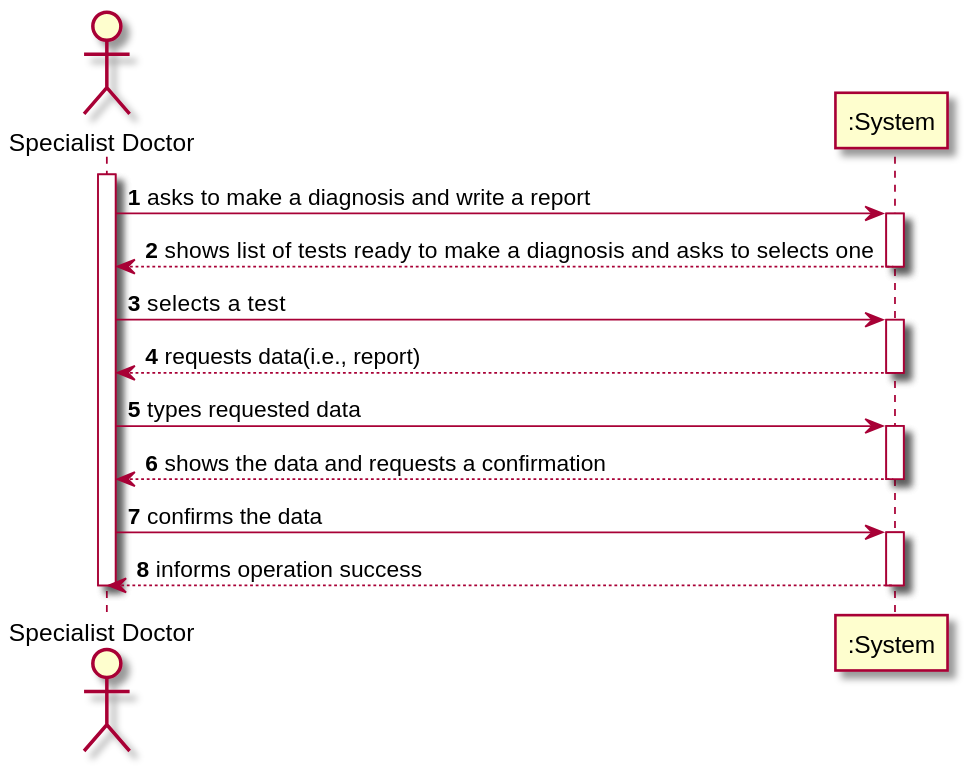
Before: docs/SprintC/US_14/US014_SSD.svg, a diagram exported from PlantUML (ana-albergaria/LAPR2-ISEP).
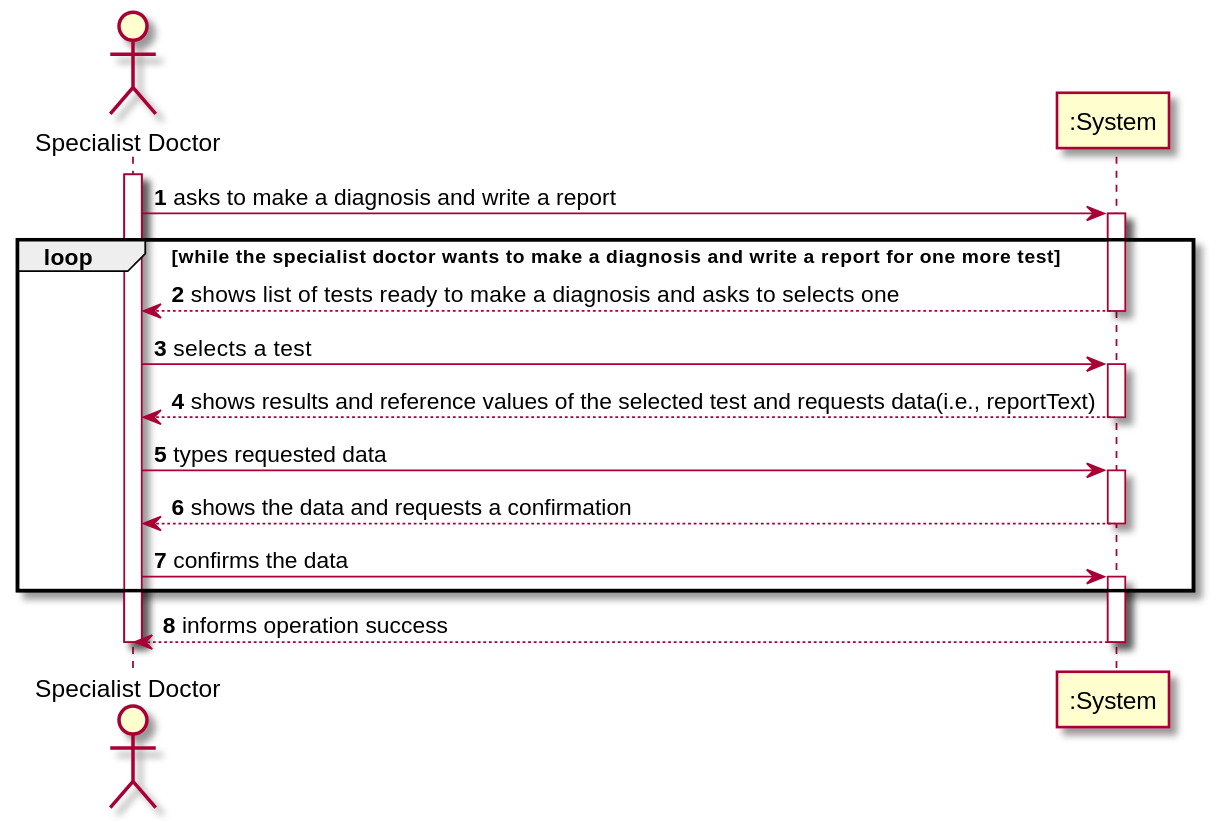
After the change.

Commit message:
Corrected US14 SSD due to client clarifications.

Diff of the diagram source:
```diff
@@ -5,12 +5,13 @@
 activate SpDt
 SpDt-> ":System" : asks to make a diagnosis and write a report
 activate ":System"
+loop while the specialist doctor wants to make a diagnosis and write a report for one more test
 ":System" --> SpDt : shows list of tests ready to make a diagnosis and asks to selects one
 deactivate ":System"
 
 SpDt-> ":System" : selects a test
 activate ":System"
-":System" --> SpDt : requests data(i.e., report)
+":System" --> SpDt : shows results and reference values of the selected test and requests data(i.e., reportText)
 deactivate ":System"
 
 SpDt-> ":System" : types requested data
@@ -20,6 +21,7 @@
 
 SpDt-> ":System" : confirms the data
 activate ":System"
+end
 ":System" --> SpDt : informs operation success
 deactivate ":System"
 deactivate SpDt
```
